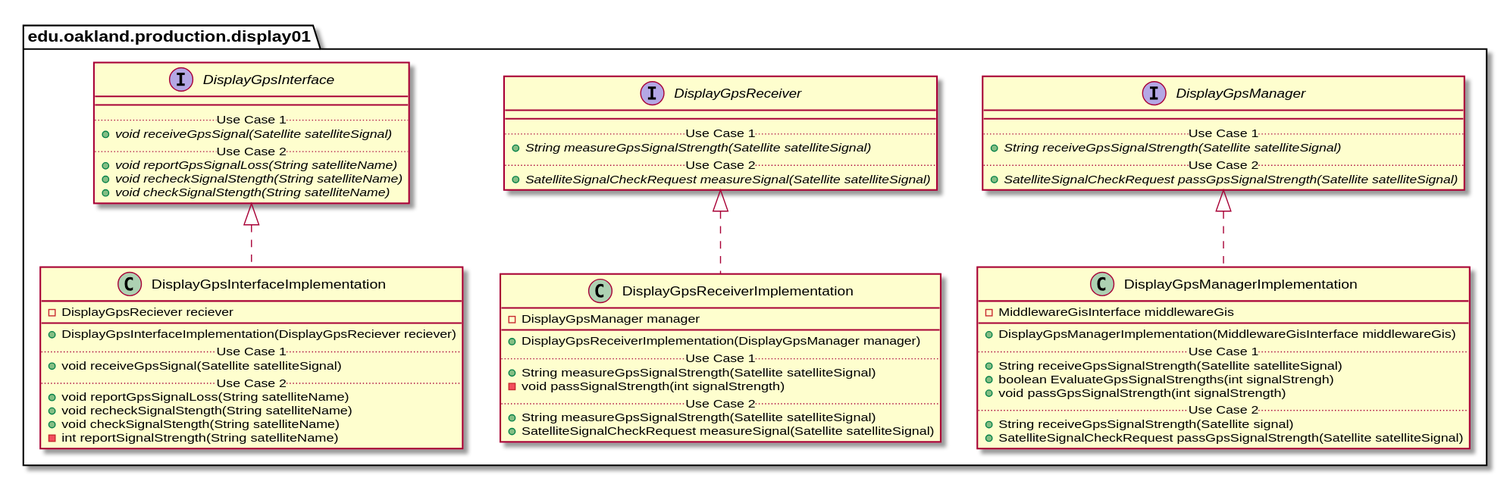
Before: docs/uml-class-diagrams/display01/production/Display01ProductionPackage_InternalDependencies.svg, a diagram exported from PlantUML (andrewdimmer/csi-3370-software-project).
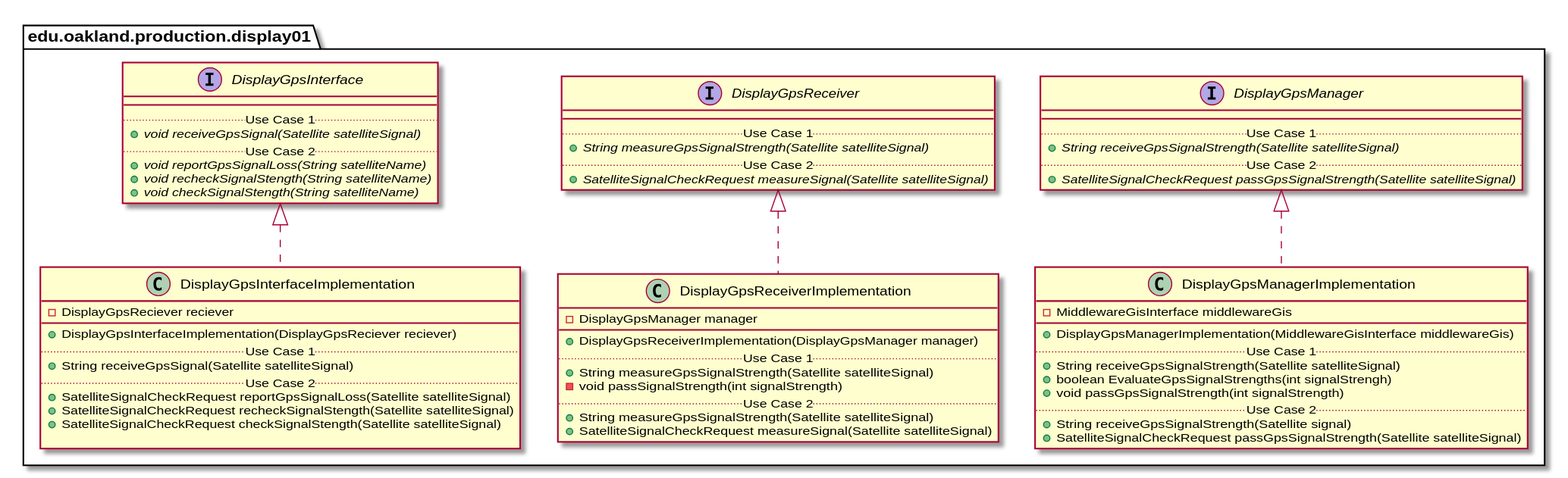
Later version of the same file.

The edit, as a diff of the source:
```diff
@@ -47,12 +47,12 @@
         __
         + DisplayGpsInterfaceImplementation(DisplayGpsReciever reciever)
         .. Use Case 1 ..
-        + void receiveGpsSignal(Satellite satelliteSignal)
+        + String receiveGpsSignal(Satellite satelliteSignal)
         .. Use Case 2 ..
-        + void reportGpsSignalLoss(String satelliteName)
-        + void recheckSignalStength(String satelliteName)
-        + void checkSignalStength(String satelliteName)
-        - int reportSignalStrength(String satelliteName)
+        + SatelliteSignalCheckRequest reportGpsSignalLoss(Satellite satelliteSignal)
+        + SatelliteSignalCheckRequest recheckSignalStength(Satellite satelliteSignal)
+        + SatelliteSignalCheckRequest checkSignalStength(Satellite satelliteSignal)
+
     }
 }
 
```
